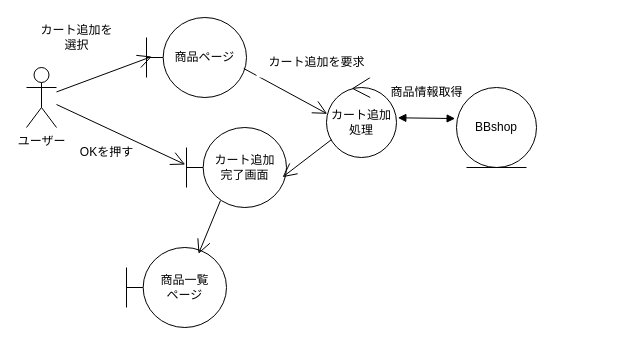
Before: BBshop/analysis_05_Add_cart.drawio in ghbuser12/ohara_uml, a draw.io diagram. Source tidied: cells renumbered, new cells numbered last; positions are measured from the earlier drawing's top-left corner, leaving out a move shared by most shapes. Both pictures are drawn from the tidied source at 100%, with x=0, y=0 at pixel (26, 17).
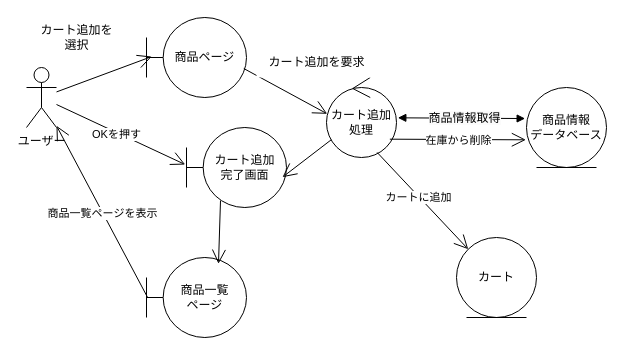
The same page after the edit.

The change refers to these unchanged cells:
```xml
<mxCell id="2" value="ユーザー" style="shape=umlActor;verticalLabelPosition=bottom;verticalAlign=top;html=1;" parent="1" vertex="1">
  <mxGeometry y="50" width="30" height="60" as="geometry" />
</mxCell>
<mxCell id="7" value="カート追加処理" style="ellipse;shape=umlControl;whiteSpace=wrap;html=1;" parent="1" vertex="1">
  <mxGeometry x="300" y="60" width="70" height="80" as="geometry" />
</mxCell>
<mxCell id="12" style="endArrow=open;endFill=1;endSize=12;html=1;rounded=0;entryX=-0.013;entryY=0.463;entryDx=0;entryDy=0;entryPerimeter=0;" parent="1" edge="1" source="2" target="6">
  <mxGeometry relative="1" as="geometry" />
</mxCell>
```

Change to the diagram source:
```diff
@@
-    <mxCell id="8" value="BBshop" style="ellipse;shape=umlEntity;whiteSpace=wrap;html=1;" parent="1" vertex="1">
-      <mxGeometry x="430" y="70" width="80" height="80" as="geometry" />
+    <mxCell id="8" value="商品情報&lt;div&gt;データベース&lt;/div&gt;" style="ellipse;shape=umlEntity;whiteSpace=wrap;html=1;" parent="1" vertex="1">
+      <mxGeometry x="500" y="70" width="80" height="80" as="geometry" />
     </mxCell>
@@
-    <mxCell id="13" value="OKを押す" style="text;html=1;align=center;verticalAlign=middle;strokeColor=none;fillColor=none;" parent="1" vertex="1">
-      <mxGeometry x="40" y="120" width="80" height="30" as="geometry" />
+    <mxCell id="13" value="OKを押す" style="edgeLabel;html=1;align=center;verticalAlign=middle;" parent="12" vertex="1">
+      <mxGeometry x="-0.07" y="-1" relative="1" as="geometry">
+        <mxPoint y="1" as="offset" />
+      </mxGeometry>
     </mxCell>
     <mxCell id="14" value="商品一覧&lt;div&gt;ページ&lt;/div&gt;" style="shape=umlBoundary;whiteSpace=wrap;html=1;" parent="1" vertex="1">
-      <mxGeometry x="100" y="230" width="100" height="80" as="geometry" />
+      <mxGeometry x="120" y="240" width="100" height="80" as="geometry" />
     </mxCell>
@@
+    <mxCell id="17" style="endArrow=block;startArrow=block;endFill=1;startFill=1;html=1;rounded=0;exitX=1.019;exitY=0.504;exitDx=0;exitDy=0;exitPerimeter=0;entryX=-0.017;entryY=0.388;entryDx=0;entryDy=0;entryPerimeter=0;" parent="1" edge="1" source="7" target="8">
+      <mxGeometry relative="1" as="geometry" />
+    </mxCell>
-    <mxCell id="16" value="商品情報取得" style="text;html=1;align=center;verticalAlign=middle;strokeColor=none;fillColor=none;" parent="1" vertex="1">
-      <mxGeometry x="350" y="60" width="100" height="30" as="geometry" />
+    <mxCell id="16" value="&lt;span style=&quot;color: rgb(0, 0, 0); font-size: 12px; background-color: rgb(251, 251, 251);&quot;&gt;商品情報取得&lt;/span&gt;" style="edgeLabel;html=1;align=center;verticalAlign=middle;" parent="17" vertex="1">
+      <mxGeometry x="0.04" relative="1" as="geometry" />
     </mxCell>
-    <mxCell id="17" style="endArrow=block;startArrow=block;endFill=1;startFill=1;html=1;rounded=0;exitX=1.019;exitY=0.504;exitDx=0;exitDy=0;exitPerimeter=0;entryX=-0.017;entryY=0.388;entryDx=0;entryDy=0;entryPerimeter=0;" parent="1" edge="1" source="7" target="8">
-      <mxGeometry relative="1" as="geometry" />
-    </mxCell>
+    <mxCell id="18" value="カート" style="ellipse;shape=umlEntity;whiteSpace=wrap;html=1;" parent="1" vertex="1">
+      <mxGeometry x="430" y="220" width="80" height="80" as="geometry" />
+    </mxCell>
+    <mxCell id="19" style="endArrow=open;endFill=1;endSize=12;html=1;exitX=0.724;exitY=0.937;exitDx=0;exitDy=0;exitPerimeter=0;entryX=0;entryY=0;entryDx=0;entryDy=0;" parent="1" edge="1" source="7" target="18">
+      <mxGeometry relative="1" as="geometry" />
+    </mxCell>
+    <mxCell id="20" value="カートに追加" style="edgeLabel;html=1;align=center;verticalAlign=middle;" parent="19" vertex="1">
+      <mxGeometry x="-0.09" y="-1" relative="1" as="geometry" />
+    </mxCell>
+    <mxCell id="21" style="endArrow=open;endFill=1;endSize=12;html=1;exitX=0.905;exitY=0.771;exitDx=0;exitDy=0;exitPerimeter=0;entryX=-0.008;entryY=0.654;entryDx=0;entryDy=0;entryPerimeter=0;" parent="1" edge="1" source="7" target="8">
+      <mxGeometry relative="1" as="geometry" />
+    </mxCell>
+    <mxCell id="22" value="在庫から削除" style="edgeLabel;html=1;align=center;verticalAlign=middle;" parent="21" vertex="1">
+      <mxGeometry y="-1" relative="1" as="geometry" />
+    </mxCell>
+    <mxCell id="23" style="endArrow=open;endFill=1;endSize=12;html=1;exitX=0.013;exitY=0.504;exitDx=0;exitDy=0;exitPerimeter=0;" parent="1" edge="1" source="14" target="2">
+      <mxGeometry relative="1" as="geometry" />
+    </mxCell>
+    <mxCell id="24" value="商品一覧ページを表示" style="edgeLabel;html=1;align=center;verticalAlign=middle;" parent="23" vertex="1">
+      <mxGeometry relative="1" as="geometry">
+        <mxPoint y="1" as="offset" />
+      </mxGeometry>
+    </mxCell>
```
